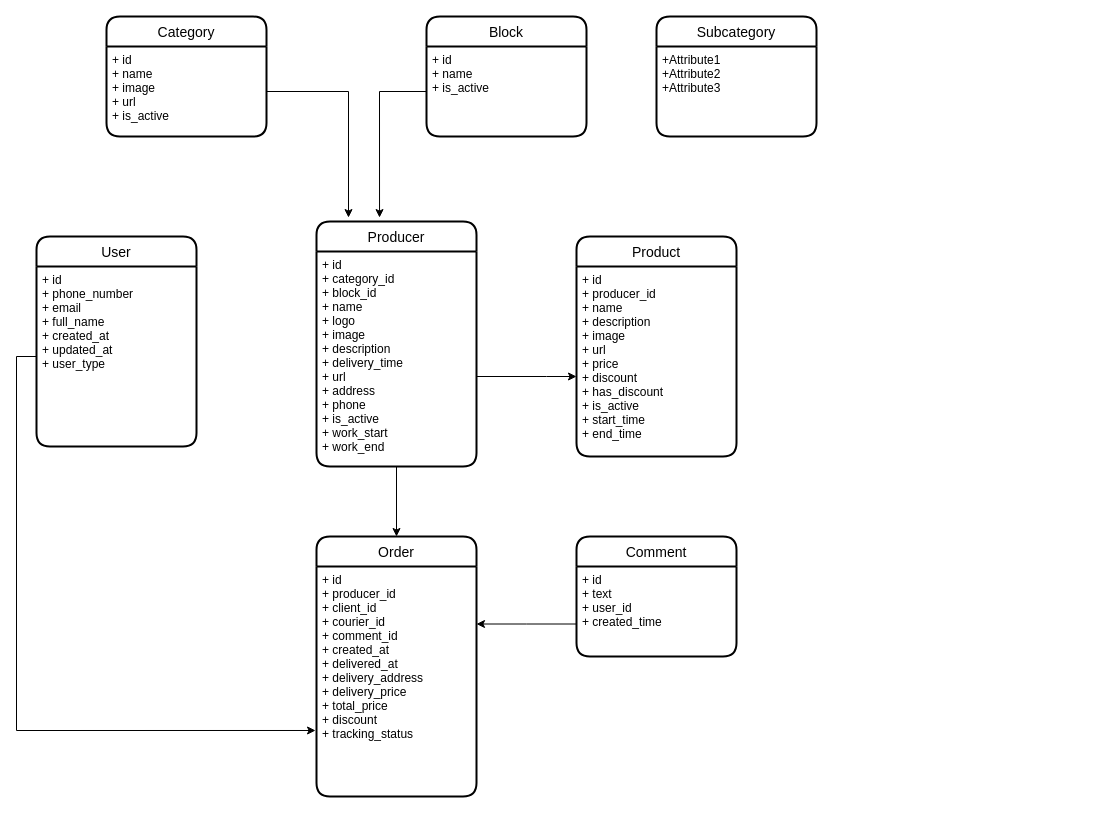
This is Initial Entity Diagram.drawio from muhammadjonyorqinov/deliverPros, a draw.io file, before an edit. Source tidied: cells renumbered, new cells numbered last; positions are measured from the earlier drawing's top-left corner, leaving out a move shared by most shapes. Both pictures are drawn from the tidied source at 100%, with x=0, y=0 at pixel (36, 16).
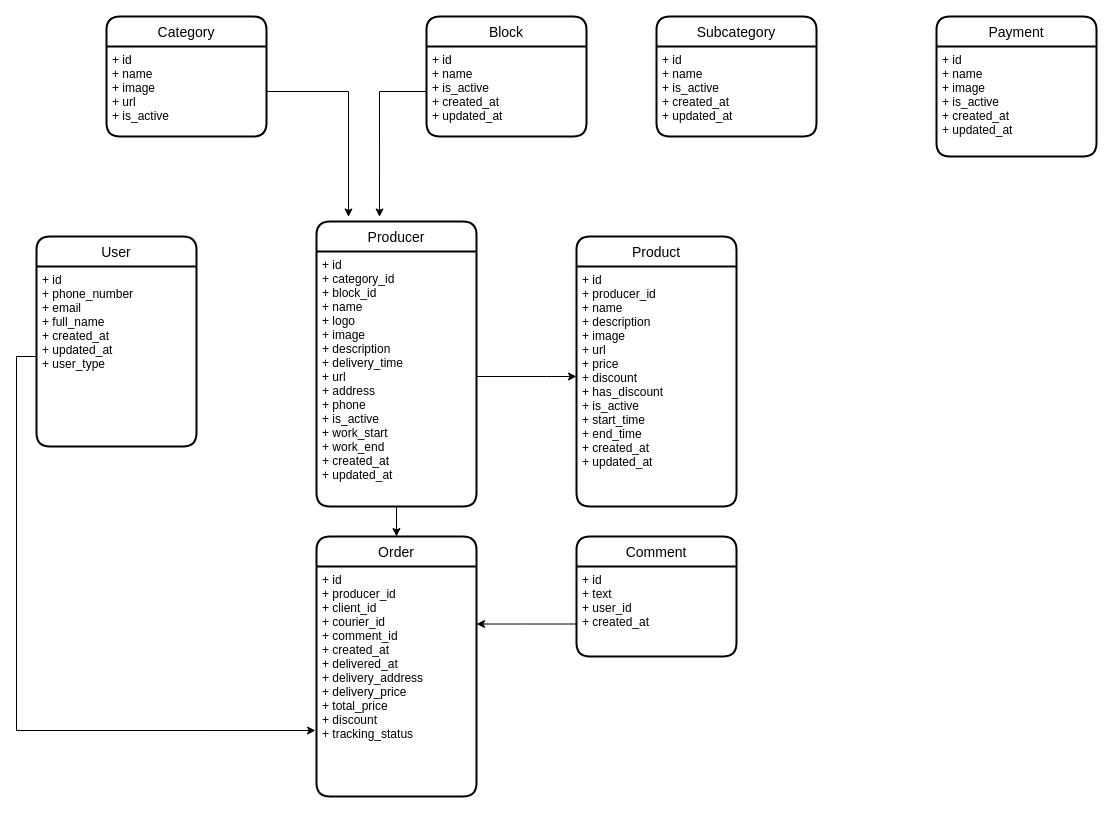
The same diagram, later.

Unchanged cells that the change refers to:
```xml
<mxCell id="11" value="Order" style="swimlane;horizontal=1;startSize=30;rounded=1;fontSize=14;fontStyle=0;strokeWidth=2;shadow=0;dashed=0;align=center;" parent="1" vertex="1">
  <mxGeometry x="280" y="520" width="160" height="260" as="geometry" />
</mxCell>
<mxCell id="13" value="Comment" style="swimlane;horizontal=1;startSize=30;rounded=1;fontSize=14;fontStyle=0;strokeWidth=2;shadow=0;dashed=0;align=center;" parent="1" vertex="1">
  <mxGeometry x="540" y="520" width="160" height="120" as="geometry" />
</mxCell>
<mxCell id="16" value="Block" style="swimlane;horizontal=1;startSize=30;rounded=1;fontSize=14;fontStyle=0;strokeWidth=2;shadow=0;dashed=0;align=center;" parent="1" vertex="1">
  <mxGeometry x="390" width="160" height="120" as="geometry" />
</mxCell>
<mxCell id="22" value="Subcategory" style="swimlane;horizontal=1;startSize=30;rounded=1;fontSize=14;fontStyle=0;strokeWidth=2;shadow=0;dashed=0;align=center;" parent="1" vertex="1">
  <mxGeometry x="620" width="160" height="120" as="geometry" />
</mxCell>
```

What changed in the source:
```diff
@@
     <mxCell id="5" value="Producer" style="swimlane;horizontal=1;startSize=30;rounded=1;fontSize=14;fontStyle=0;strokeWidth=2;shadow=0;dashed=0;align=center;" parent="1" vertex="1">
-      <mxGeometry x="280" y="205" width="160" height="245" as="geometry" />
+      <mxGeometry x="280" y="205" width="160" height="285" as="geometry" />
     </mxCell>
-    <mxCell id="6" value="+ id&#10;+ category_id&#10;+ block_id&#10;+ name&#10;+ logo&#10;+ image&#10;+ description&#10;+ delivery_time&#10;+ url&#10;+ address&#10;+ phone&#10;+ is_active&#10;+ work_start&#10;+ work_end&#10;" style="align=left;strokeColor=none;fillColor=none;spacingLeft=4;fontSize=12;verticalAlign=top;" parent="5" vertex="1">
-      <mxGeometry y="30" width="160" height="215" as="geometry" />
+    <mxCell id="6" value="+ id&#10;+ category_id&#10;+ block_id&#10;+ name&#10;+ logo&#10;+ image&#10;+ description&#10;+ delivery_time&#10;+ url&#10;+ address&#10;+ phone&#10;+ is_active&#10;+ work_start&#10;+ work_end&#10;+ created_at&#10;+ updated_at" style="align=left;strokeColor=none;fillColor=none;spacingLeft=4;fontSize=12;verticalAlign=top;" parent="5" vertex="1">
+      <mxGeometry y="30" width="160" height="255" as="geometry" />
     </mxCell>
     <mxCell id="7" value="Product" style="swimlane;horizontal=1;startSize=30;rounded=1;fontSize=14;fontStyle=0;strokeWidth=2;shadow=0;dashed=0;align=center;" parent="1" vertex="1">
-      <mxGeometry x="540" y="220" width="160" height="220" as="geometry" />
+      <mxGeometry x="540" y="220" width="160" height="270" as="geometry" />
     </mxCell>
-    <mxCell id="8" value="+ id&#10;+ producer_id&#10;+ name&#10;+ description&#10;+ image&#10;+ url&#10;+ price&#10;+ discount&#10;+ has_discount&#10;+ is_active&#10;+ start_time&#10;+ end_time" style="align=left;strokeColor=none;fillColor=none;spacingLeft=4;fontSize=12;verticalAlign=top;" parent="7" vertex="1">
-      <mxGeometry y="30" width="160" height="190" as="geometry" />
+    <mxCell id="8" value="+ id&#10;+ producer_id&#10;+ name&#10;+ description&#10;+ image&#10;+ url&#10;+ price&#10;+ discount&#10;+ has_discount&#10;+ is_active&#10;+ start_time&#10;+ end_time&#10;+ created_at&#10;+ updated_at" style="align=left;strokeColor=none;fillColor=none;spacingLeft=4;fontSize=12;verticalAlign=top;" parent="7" vertex="1">
+      <mxGeometry y="30" width="160" height="240" as="geometry" />
     </mxCell>
@@
-    <mxCell id="12" value="+ id&#10;+ producer_id&#10;+ client_id&#10;+ courier_id&#10;+ comment_id&#10;+ created_at&#10;+ delivered_at&#10;+ delivery_address&#10;+ delivery_price&#10;+ total_price&#10;+ discount&#10;+ tracking_status&#10;&#10;" style="align=left;strokeColor=none;fillColor=none;spacingLeft=4;fontSize=12;verticalAlign=top;" parent="11" vertex="1">
+    <mxCell id="12" value="+ id&#10;+ producer_id&#10;+ client_id&#10;+ courier_id&#10;+ comment_id&#10;+ created_at&#10;+ delivered_at&#10;+ delivery_address&#10;+ delivery_price&#10;+ total_price&#10;+ discount&#10;+ tracking_status&#10;" style="align=left;strokeColor=none;fillColor=none;spacingLeft=4;fontSize=12;verticalAlign=top;" parent="11" vertex="1">
       <mxGeometry y="30" width="160" height="230" as="geometry" />
     </mxCell>
@@
-    <mxCell id="14" value="+ id&#10;+ text&#10;+ user_id&#10;+ created_time&#10;" style="align=left;strokeColor=none;fillColor=none;spacingLeft=4;fontSize=12;verticalAlign=top;" parent="13" vertex="1">
+    <mxCell id="14" value="+ id&#10;+ text&#10;+ user_id&#10;+ created_at&#10;" style="align=left;strokeColor=none;fillColor=none;spacingLeft=4;fontSize=12;verticalAlign=top;" parent="13" vertex="1">
       <mxGeometry y="30" width="160" height="90" as="geometry" />
     </mxCell>
@@
-    <mxCell id="17" value="+ id&#10;+ name&#10;+ is_active&#10;" style="align=left;strokeColor=none;fillColor=none;spacingLeft=4;fontSize=12;verticalAlign=top;" parent="16" vertex="1">
+    <mxCell id="17" value="+ id&#10;+ name&#10;+ is_active&#10;+ created_at&#10;+ updated_at" style="align=left;strokeColor=none;fillColor=none;spacingLeft=4;fontSize=12;verticalAlign=top;" parent="16" vertex="1">
       <mxGeometry y="30" width="160" height="90" as="geometry" />
     </mxCell>
@@
-    <mxCell id="23" value="+Attribute1&#10;+Attribute2&#10;+Attribute3" style="align=left;strokeColor=none;fillColor=none;spacingLeft=4;fontSize=12;verticalAlign=top;" parent="22" vertex="1">
+    <mxCell id="23" value="+ id&#10;+ name&#10;+ is_active&#10;+ created_at&#10;+ updated_at" style="align=left;strokeColor=none;fillColor=none;spacingLeft=4;fontSize=12;verticalAlign=top;" parent="22" vertex="1">
       <mxGeometry y="30" width="160" height="90" as="geometry" />
     </mxCell>
+    <mxCell id="24" value="Payment" style="swimlane;horizontal=1;startSize=30;rounded=1;fontSize=14;fontStyle=0;strokeWidth=2;shadow=0;dashed=0;align=center;" parent="1" vertex="1">
+      <mxGeometry x="900" width="160" height="140" as="geometry" />
+    </mxCell>
+    <mxCell id="25" value="+ id&#10;+ name&#10;+ image&#10;+ is_active&#10;+ created_at&#10;+ updated_at" style="align=left;strokeColor=none;fillColor=none;spacingLeft=4;fontSize=12;verticalAlign=top;" parent="24" vertex="1">
+      <mxGeometry y="30" width="160" height="110" as="geometry" />
+    </mxCell>
```
